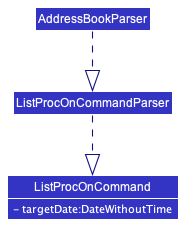
robinrojh/tp keeps this PlantUML diagram as docs/images/ListProcOnCommandClassDiagram.png. Above is the earlier version.
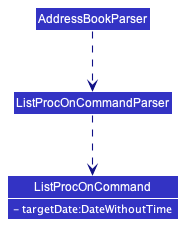
Later version of the same file.

Commit message:
Update DG to add in Procedure class and its dependencies

Diff of the diagram source:
```diff
@@ -11,7 +11,7 @@
 }
 show ListProcOnCommand attribute
 
-AddressBookParser .down.|> ListProcOnCommandParser
-ListProcOnCommandParser .down.|> ListProcOnCommand
+AddressBookParser ..> ListProcOnCommandParser
+ListProcOnCommandParser ..> ListProcOnCommand
 
 @enduml
```
